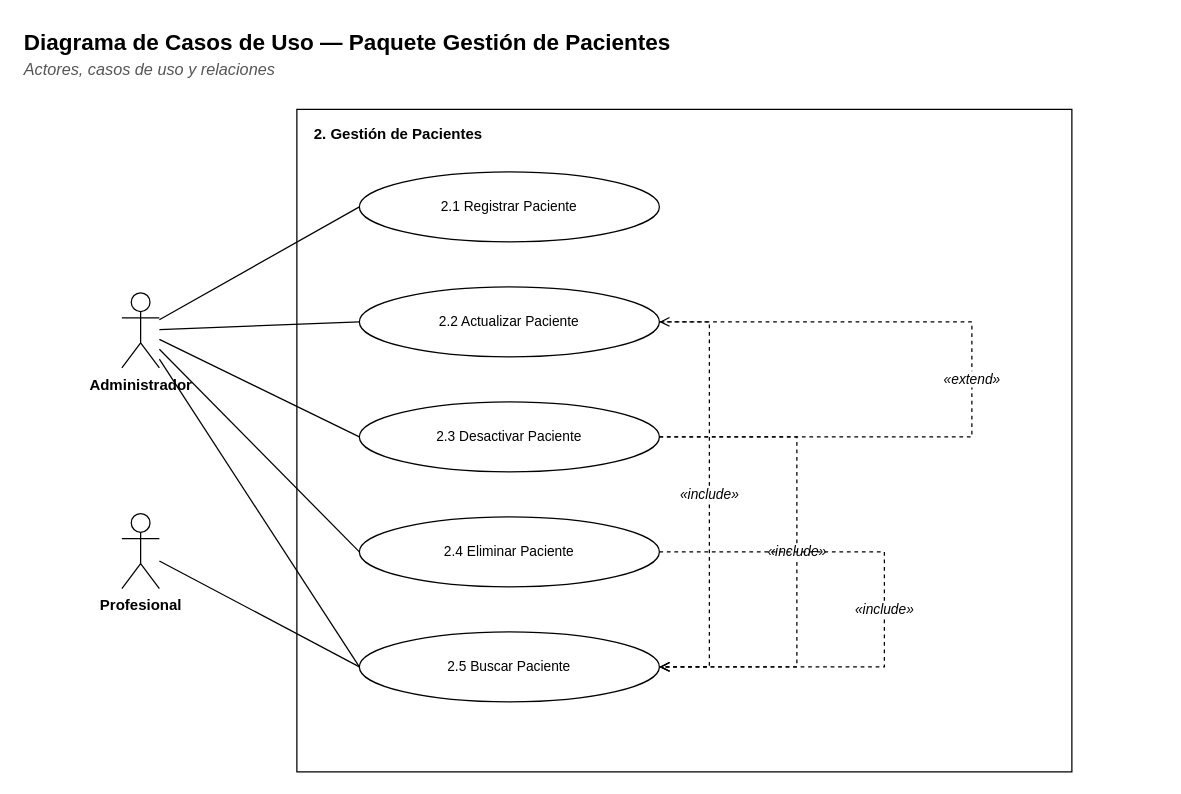
Matiglorioso/kineturnos keeps this draw.io diagram as docs/diagramas/paquete-pacientes-casos.drawio. Above is the earlier version. Source tidied: cells renumbered, new cells numbered last; positions are measured from the earlier drawing's top-left corner, leaving out a move shared by most shapes. Both pictures are drawn from the tidied source at 125%, with x=0, y=0 at pixel (21, 21).
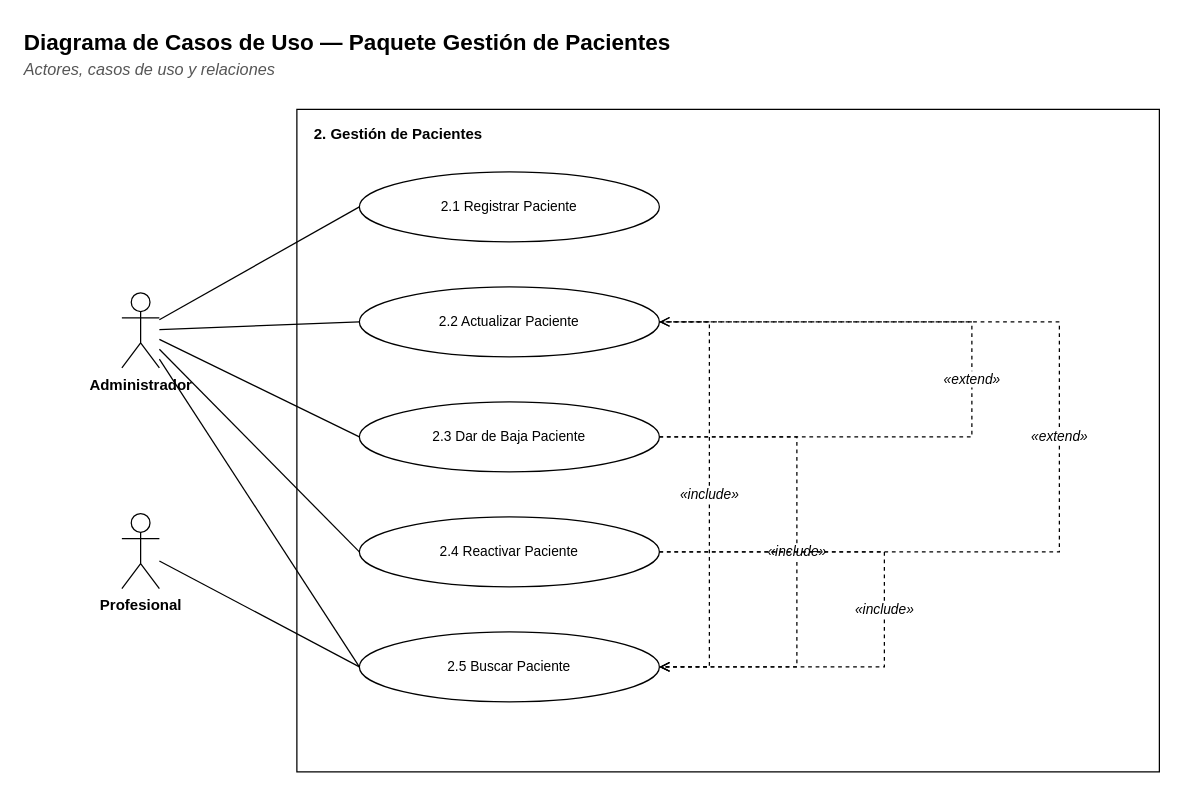
Above is the later version.

Unchanged cells that the change refers to:
```xml
<mxCell id="7" value="2.2 Actualizar Paciente" style="ellipse;whiteSpace=wrap;html=1;fillColor=#FFFFFF;strokeColor=#000000;fontFamily=Helvetica;fontSize=11;" parent="1" vertex="1">
  <mxGeometry x="270" y="212" width="240" height="56" as="geometry" />
</mxCell>
```

Change to the diagram source:
```diff
@@
     <mxCell id="4" style="rounded=0;whiteSpace=wrap;html=1;fillColor=#FFFFFF;strokeColor=#000000;fontFamily=Helvetica;fontSize=12;verticalAlign=top;" parent="1" vertex="1">
-      <mxGeometry x="220" y="70" width="620" height="530" as="geometry" />
+      <mxGeometry x="220" y="70" width="690" height="530" as="geometry" />
     </mxCell>
     <mxCell id="5" value="&lt;b&gt;2. Gestión de Pacientes&lt;/b&gt;" style="text;html=1;strokeColor=none;fillColor=none;align=left;verticalAlign=top;whiteSpace=wrap;fontFamily=Helvetica;fontSize=12;" parent="1" vertex="1">
-      <mxGeometry x="232" y="76" width="600" height="20" as="geometry" />
+      <mxGeometry x="232" y="76" width="670" height="20" as="geometry" />
     </mxCell>
@@
-    <mxCell id="8" value="2.3 Desactivar Paciente" style="ellipse;whiteSpace=wrap;html=1;fillColor=#FFFFFF;strokeColor=#000000;fontFamily=Helvetica;fontSize=11;" parent="1" vertex="1">
+    <mxCell id="8" value="2.3 Dar de Baja Paciente" style="ellipse;whiteSpace=wrap;html=1;fillColor=#FFFFFF;strokeColor=#000000;fontFamily=Helvetica;fontSize=11;" parent="1" vertex="1">
       <mxGeometry x="270" y="304" width="240" height="56" as="geometry" />
     </mxCell>
-    <mxCell id="9" value="2.4 Eliminar Paciente" style="ellipse;whiteSpace=wrap;html=1;fillColor=#FFFFFF;strokeColor=#000000;fontFamily=Helvetica;fontSize=11;" parent="1" vertex="1">
+    <mxCell id="9" value="2.4 Reactivar Paciente" style="ellipse;whiteSpace=wrap;html=1;fillColor=#FFFFFF;strokeColor=#000000;fontFamily=Helvetica;fontSize=11;" parent="1" vertex="1">
       <mxGeometry x="270" y="396" width="240" height="56" as="geometry" />
     </mxCell>
@@
+    <mxCell id="23" value="«extend»" style="edgeStyle=orthogonalEdgeStyle;rounded=0;html=1;endArrow=open;startArrow=none;endFill=0;startFill=0;strokeColor=#000000;fontFamily=Helvetica;fontSize=11;fontStyle=2;labelBackgroundColor=#FFFFFF;dashed=1;exitX=1;exitY=0.5;exitDx=0;exitDy=0;entryX=1;entryY=0.5;entryDx=0;entryDy=0;" parent="1" edge="1" source="9" target="7">
+      <mxGeometry relative="1" as="geometry">
+        <Array as="points">
+          <mxPoint x="830" y="424" />
+          <mxPoint x="830" y="240" />
+        </Array>
+      </mxGeometry>
+    </mxCell>
```
